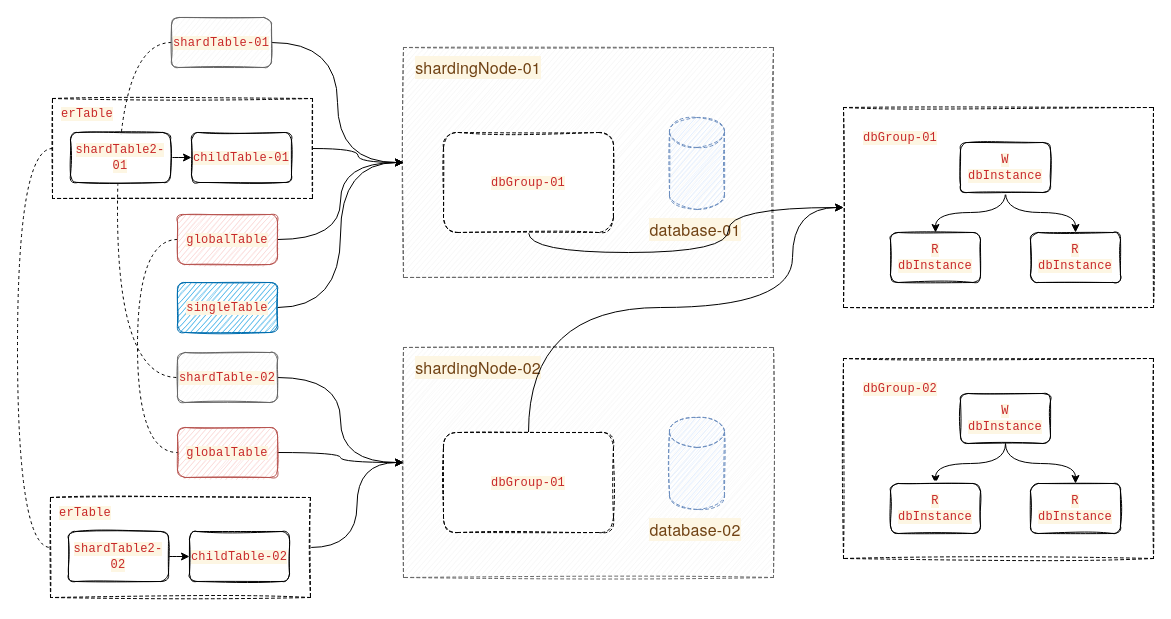
This is page "Page-1" (1 of 2) of 数据库中间件.drawio from starjavaer/diagram, a draw.io file, before an edit. Source tidied: cells renumbered, new cells numbered last; positions are measured from the earlier drawing's top-left corner, leaving out a move shared by most shapes. Both pictures are drawn from the tidied source at 100%, with x=0, y=0 at pixel (17, 17).
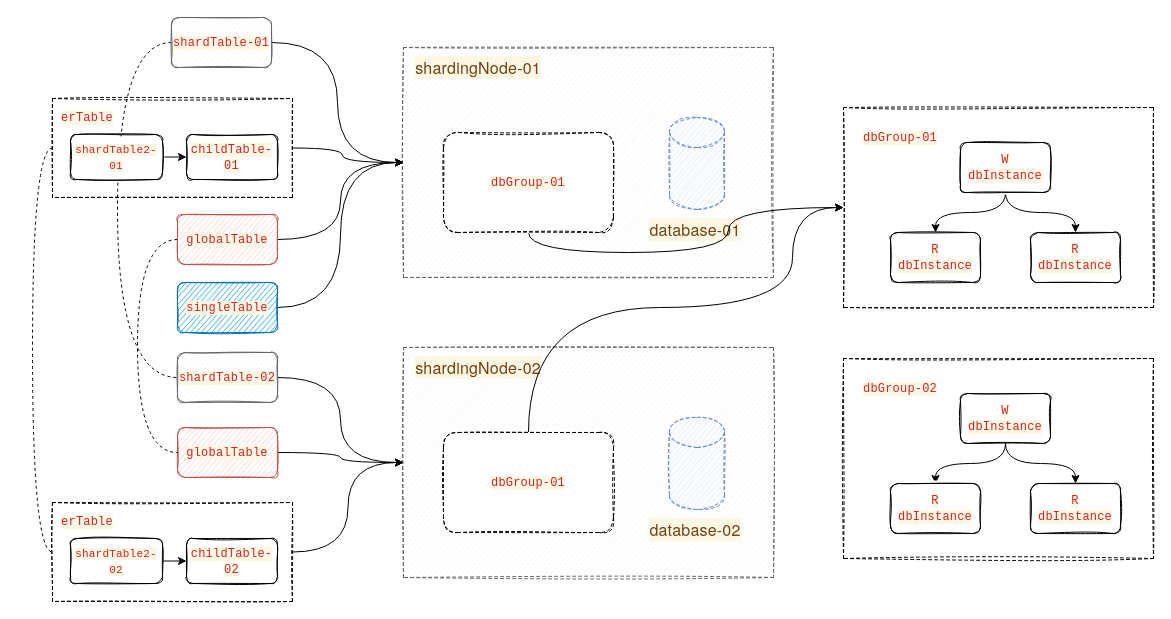
After the change.

Commit message:
Update 数据库中间件.drawio

Unchanged cells that the change refers to:
```xml
<mxCell id="5" style="rounded=0;whiteSpace=wrap;html=1;sketch=1;fillColor=#f5f5f5;fontColor=#333333;strokeColor=#666666;dashed=1;" parent="1" vertex="1">
  <mxGeometry x="386" y="30" width="370" height="230" as="geometry" />
</mxCell>
<mxCell id="32" style="rounded=0;whiteSpace=wrap;html=1;sketch=1;fillColor=#f5f5f5;fontColor=#333333;strokeColor=#666666;dashed=1;" parent="1" vertex="1">
  <mxGeometry x="386" y="330" width="370" height="230" as="geometry" />
</mxCell>
```

Diff of the diagram source:
```diff
@@
     <mxCell id="2" style="edgeStyle=orthogonalEdgeStyle;curved=1;rounded=0;jettySize=auto;html=1;exitX=1;exitY=0.5;exitDx=0;exitDy=0;entryX=0;entryY=0.5;entryDx=0;entryDy=0;" parent="1" edge="1" source="4" target="5">
-      <mxGeometry relative="1" as="geometry" />
+      <mxGeometry relative="1" as="geometry">
+        <Array as="points">
+          <mxPoint x="325" y="131" />
+          <mxPoint x="325" y="145" />
+        </Array>
+      </mxGeometry>
     </mxCell>
-    <mxCell id="3" style="edgeStyle=orthogonalEdgeStyle;curved=1;rounded=0;jettySize=auto;html=1;exitX=0;exitY=0.5;exitDx=0;exitDy=0;endArrow=none;endFill=0;entryX=0;entryY=0.5;entryDx=0;entryDy=0;dashed=1;" parent="1" edge="1" source="4" target="48">
-      <mxGeometry relative="1" as="geometry">
-        <Array as="points">
-          <mxPoint y="131" />
-          <mxPoint y="530" />
-        </Array>
-      </mxGeometry>
-    </mxCell>
+    <mxCell id="53" style="edgeStyle=orthogonalEdgeStyle;curved=1;rounded=0;jettySize=auto;html=1;entryX=0;entryY=0.5;entryDx=0;entryDy=0;dashed=1;fontSize=11;endArrow=none;endFill=0;exitX=0;exitY=0.5;exitDx=0;exitDy=0;" parent="1" edge="1" source="4" target="54">
+      <mxGeometry relative="1" as="geometry" />
+    </mxCell>
     <mxCell id="4" style="rounded=0;whiteSpace=wrap;html=1;dashed=1;sketch=1;" parent="1" vertex="1">
-      <mxGeometry x="35" y="81" width="260" height="100" as="geometry" />
+      <mxGeometry x="35" y="81" width="240" height="99" as="geometry" />
     </mxCell>
@@
-    <mxCell id="44" value="&lt;font color=&quot;#c82829&quot; face=&quot;consolas, liberation mono, menlo, courier, monospace&quot;&gt;&lt;span style=&quot;letter-spacing: 0.2px ; background-color: rgb(253 , 246 , 227)&quot;&gt;shardTable2-01&lt;/span&gt;&lt;/font&gt;" style="rounded=1;whiteSpace=wrap;html=1;sketch=1;" parent="1" vertex="1">
-      <mxGeometry x="53" y="115" width="100" height="50" as="geometry" />
+    <mxCell id="44" value="&lt;font color=&quot;#c82829&quot; face=&quot;consolas, liberation mono, menlo, courier, monospace&quot; size=&quot;1&quot;&gt;&lt;span style=&quot;letter-spacing: 0.2px ; background-color: rgb(253 , 246 , 227) ; font-size: 11px&quot;&gt;shardTable2-01&lt;/span&gt;&lt;/font&gt;" style="rounded=1;whiteSpace=wrap;html=1;sketch=1;" parent="1" vertex="1">
+      <mxGeometry x="53" y="117" width="92" height="45" as="geometry" />
     </mxCell>
     <mxCell id="45" value="&lt;font color=&quot;#c82829&quot; face=&quot;consolas, liberation mono, menlo, courier, monospace&quot;&gt;&lt;span style=&quot;letter-spacing: 0.2px ; background-color: rgb(253 , 246 , 227)&quot;&gt;childTable-01&lt;/span&gt;&lt;/font&gt;" style="rounded=1;whiteSpace=wrap;html=1;sketch=1;" parent="1" vertex="1">
-      <mxGeometry x="174" y="115" width="100" height="50" as="geometry" />
+      <mxGeometry x="169" y="117" width="91" height="45" as="geometry" />
     </mxCell>
     <mxCell id="46" value="&lt;span style=&quot;color: rgb(200 , 40 , 41) ; font-family: &amp;#34;consolas&amp;#34; , &amp;#34;liberation mono&amp;#34; , &amp;#34;menlo&amp;#34; , &amp;#34;courier&amp;#34; , monospace ; letter-spacing: 0.2px ; background-color: rgb(253 , 246 , 227)&quot;&gt;erTable&lt;/span&gt;" style="text;html=1;strokeColor=none;fillColor=none;align=center;verticalAlign=middle;whiteSpace=wrap;rounded=0;dashed=1;sketch=1;" parent="1" vertex="1">
-      <mxGeometry x="35" y="81" width="70" height="30" as="geometry" />
+      <mxGeometry x="35" y="85" width="70" height="30" as="geometry" />
     </mxCell>
-    <mxCell id="47" style="edgeStyle=orthogonalEdgeStyle;curved=1;rounded=0;jettySize=auto;html=1;exitX=1;exitY=0.5;exitDx=0;exitDy=0;entryX=0;entryY=0.5;entryDx=0;entryDy=0;" parent="1" edge="1" source="48" target="32">
+    <mxCell id="47" style="edgeStyle=orthogonalEdgeStyle;curved=1;rounded=0;jettySize=auto;html=1;exitX=1;exitY=0.5;exitDx=0;exitDy=0;entryX=0;entryY=0.5;entryDx=0;entryDy=0;" parent="1" edge="1" source="54" target="32">
       <mxGeometry relative="1" as="geometry" />
     </mxCell>
-    <mxCell id="48" style="rounded=0;whiteSpace=wrap;html=1;dashed=1;sketch=1;" parent="1" vertex="1">
-      <mxGeometry x="33" y="480" width="260" height="100" as="geometry" />
-    </mxCell>
+    <mxCell id="54" style="rounded=0;whiteSpace=wrap;html=1;dashed=1;sketch=1;" parent="1" vertex="1">
+      <mxGeometry x="35" y="485" width="240" height="99" as="geometry" />
+    </mxCell>
@@
-    <mxCell id="50" value="&lt;font color=&quot;#c82829&quot; face=&quot;consolas, liberation mono, menlo, courier, monospace&quot;&gt;&lt;span style=&quot;letter-spacing: 0.2px ; background-color: rgb(253 , 246 , 227)&quot;&gt;shardTable2-02&lt;/span&gt;&lt;/font&gt;" style="rounded=1;whiteSpace=wrap;html=1;sketch=1;" parent="1" vertex="1">
-      <mxGeometry x="51" y="514" width="100" height="50" as="geometry" />
+    <mxCell id="50" value="&lt;font color=&quot;#c82829&quot; face=&quot;consolas, liberation mono, menlo, courier, monospace&quot; size=&quot;1&quot;&gt;&lt;span style=&quot;letter-spacing: 0.2px ; background-color: rgb(253 , 246 , 227) ; font-size: 11px&quot;&gt;shardTable2-02&lt;/span&gt;&lt;/font&gt;" style="rounded=1;whiteSpace=wrap;html=1;sketch=1;" parent="1" vertex="1">
+      <mxGeometry x="53" y="521" width="92" height="45" as="geometry" />
     </mxCell>
     <mxCell id="51" value="&lt;font color=&quot;#c82829&quot; face=&quot;consolas, liberation mono, menlo, courier, monospace&quot;&gt;&lt;span style=&quot;letter-spacing: 0.2px ; background-color: rgb(253 , 246 , 227)&quot;&gt;childTable-02&lt;/span&gt;&lt;/font&gt;" style="rounded=1;whiteSpace=wrap;html=1;sketch=1;" parent="1" vertex="1">
-      <mxGeometry x="172" y="514" width="100" height="50" as="geometry" />
+      <mxGeometry x="169" y="521" width="91" height="45" as="geometry" />
     </mxCell>
     <mxCell id="52" value="&lt;span style=&quot;color: rgb(200 , 40 , 41) ; font-family: &amp;#34;consolas&amp;#34; , &amp;#34;liberation mono&amp;#34; , &amp;#34;menlo&amp;#34; , &amp;#34;courier&amp;#34; , monospace ; letter-spacing: 0.2px ; background-color: rgb(253 , 246 , 227)&quot;&gt;erTable&lt;/span&gt;" style="text;html=1;strokeColor=none;fillColor=none;align=center;verticalAlign=middle;whiteSpace=wrap;rounded=0;dashed=1;sketch=1;" parent="1" vertex="1">
-      <mxGeometry x="33" y="480" width="70" height="30" as="geometry" />
+      <mxGeometry x="35" y="489" width="70" height="30" as="geometry" />
     </mxCell>
```
